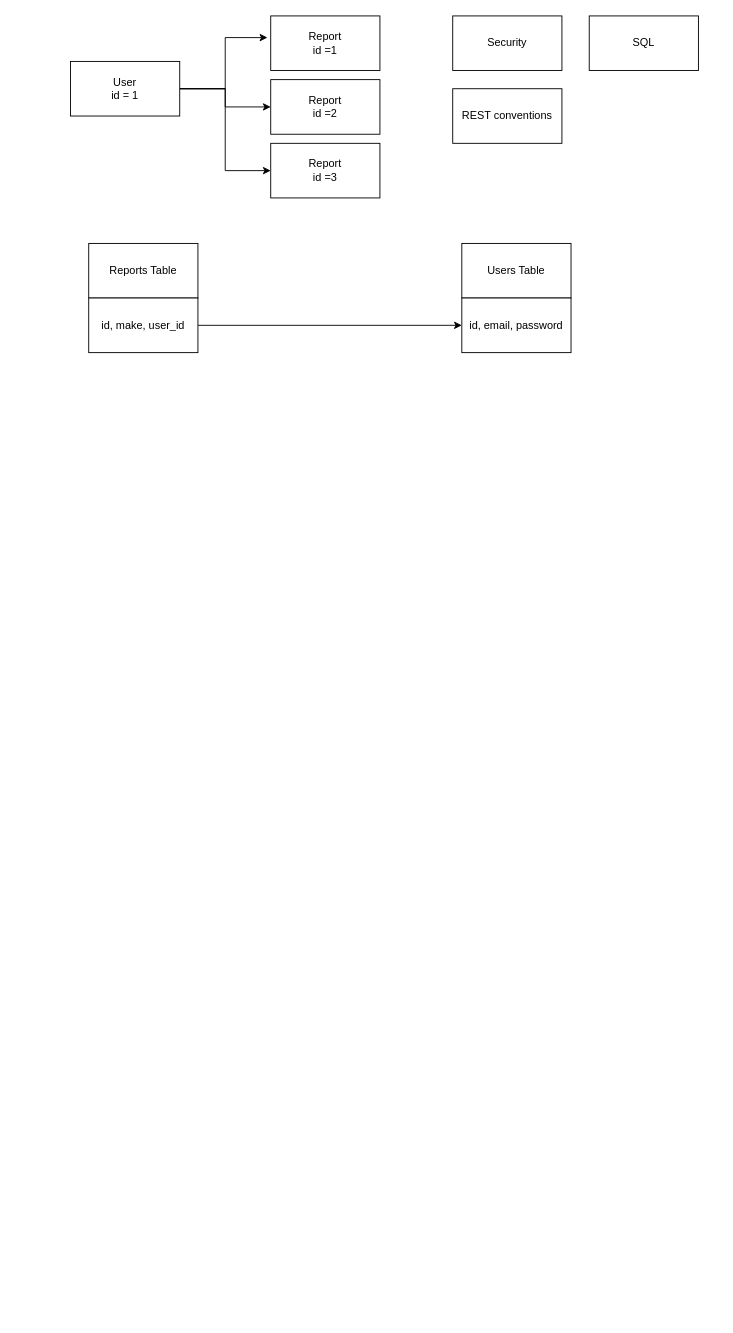
The draw.io diagram Associate a user with the reports they create.drawio in jivebreaddev/used_car_nest_rest_api, before the edit. Source tidied: cells renumbered, new cells numbered last; positions are measured from the earlier drawing's top-left corner, leaving out a move shared by most shapes. Both pictures are drawn from the tidied source at 91%, with x=0, y=0 at pixel (70, 15).
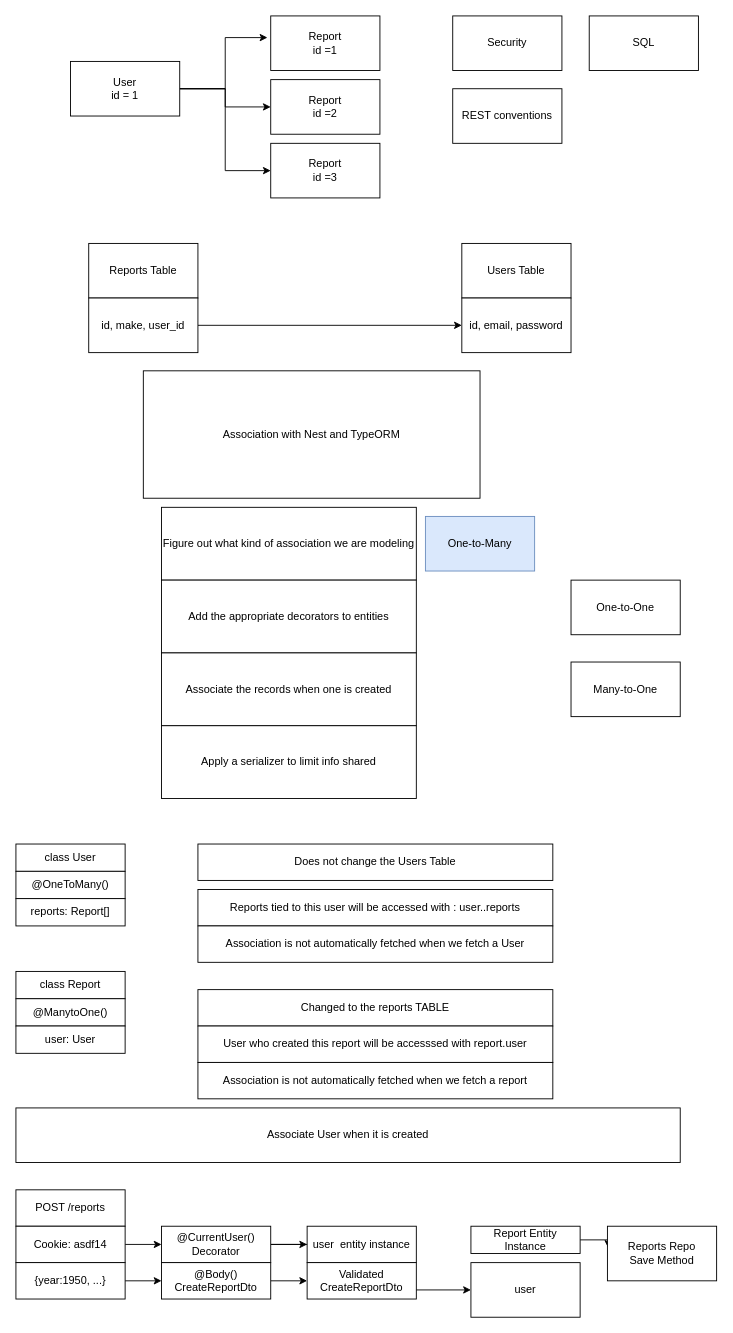
The same diagram, later.

Change to the diagram source:
```diff
@@
+    <mxCell id="17" value="Association with Nest and TypeORM" style="rounded=0;whiteSpace=wrap;html=1;" parent="1" vertex="1">
+      <mxGeometry x="80" y="390" width="370" height="140" as="geometry" />
+    </mxCell>
+    <mxCell id="18" value="Figure out what kind of association we are modeling" style="rounded=0;whiteSpace=wrap;html=1;" parent="1" vertex="1">
+      <mxGeometry x="100" y="540" width="280" height="80" as="geometry" />
+    </mxCell>
+    <mxCell id="19" value="Add the appropriate decorators to entities" style="rounded=0;whiteSpace=wrap;html=1;" parent="1" vertex="1">
+      <mxGeometry x="100" y="620" width="280" height="80" as="geometry" />
+    </mxCell>
+    <mxCell id="20" value="Associate the records when one is created" style="rounded=0;whiteSpace=wrap;html=1;" parent="1" vertex="1">
+      <mxGeometry x="100" y="700" width="280" height="80" as="geometry" />
+    </mxCell>
+    <mxCell id="21" value="Apply a serializer to limit info shared" style="rounded=0;whiteSpace=wrap;html=1;" parent="1" vertex="1">
+      <mxGeometry x="100" y="780" width="280" height="80" as="geometry" />
+    </mxCell>
+    <mxCell id="22" value="One-to-One" style="rounded=0;whiteSpace=wrap;html=1;" parent="1" vertex="1">
+      <mxGeometry x="550" y="620" width="120" height="60" as="geometry" />
+    </mxCell>
+    <mxCell id="23" value="One-to-Many" style="rounded=0;whiteSpace=wrap;html=1;fillColor=#dae8fc;strokeColor=#6c8ebf;" parent="1" vertex="1">
+      <mxGeometry x="390" y="550" width="120" height="60" as="geometry" />
+    </mxCell>
+    <mxCell id="24" value="Many-to-One" style="rounded=0;whiteSpace=wrap;html=1;" parent="1" vertex="1">
+      <mxGeometry x="550" y="710" width="120" height="60" as="geometry" />
+    </mxCell>
+    <mxCell id="25" value="class User" style="rounded=0;whiteSpace=wrap;html=1;" parent="1" vertex="1">
+      <mxGeometry x="-60" y="910" width="120" height="30" as="geometry" />
+    </mxCell>
+    <mxCell id="26" value="@OneToMany()" style="rounded=0;whiteSpace=wrap;html=1;" parent="1" vertex="1">
+      <mxGeometry x="-60" y="940" width="120" height="30" as="geometry" />
+    </mxCell>
+    <mxCell id="27" value="reports: Report[]" style="rounded=0;whiteSpace=wrap;html=1;" parent="1" vertex="1">
+      <mxGeometry x="-60" y="970" width="120" height="30" as="geometry" />
+    </mxCell>
+    <mxCell id="28" value="class Report" style="rounded=0;whiteSpace=wrap;html=1;" parent="1" vertex="1">
+      <mxGeometry x="-60" y="1050" width="120" height="30" as="geometry" />
+    </mxCell>
+    <mxCell id="29" value="@ManytoOne()" style="rounded=0;whiteSpace=wrap;html=1;" parent="1" vertex="1">
+      <mxGeometry x="-60" y="1080" width="120" height="30" as="geometry" />
+    </mxCell>
+    <mxCell id="30" value="user: User" style="rounded=0;whiteSpace=wrap;html=1;" parent="1" vertex="1">
+      <mxGeometry x="-60" y="1110" width="120" height="30" as="geometry" />
+    </mxCell>
+    <mxCell id="31" value="Does not change the Users Table" style="rounded=0;whiteSpace=wrap;html=1;" parent="1" vertex="1">
+      <mxGeometry x="140" y="910" width="390" height="40" as="geometry" />
+    </mxCell>
+    <mxCell id="32" value="Reports tied to this user will be accessed with : user..reports" style="rounded=0;whiteSpace=wrap;html=1;" parent="1" vertex="1">
+      <mxGeometry x="140" y="960" width="390" height="40" as="geometry" />
+    </mxCell>
+    <mxCell id="33" value="Changed to the reports TABLE" style="rounded=0;whiteSpace=wrap;html=1;" parent="1" vertex="1">
+      <mxGeometry x="140" y="1070" width="390" height="40" as="geometry" />
+    </mxCell>
+    <mxCell id="34" value="User who created this report will be accesssed with report.user" style="rounded=0;whiteSpace=wrap;html=1;" parent="1" vertex="1">
+      <mxGeometry x="140" y="1110" width="390" height="40" as="geometry" />
+    </mxCell>
+    <mxCell id="35" value="Association is not automatically fetched when we fetch a report" style="rounded=0;whiteSpace=wrap;html=1;" parent="1" vertex="1">
+      <mxGeometry x="140" y="1150" width="390" height="40" as="geometry" />
+    </mxCell>
+    <mxCell id="36" value="Association is not automatically fetched when we fetch a User" style="rounded=0;whiteSpace=wrap;html=1;" parent="1" vertex="1">
+      <mxGeometry x="140" y="1000" width="390" height="40" as="geometry" />
+    </mxCell>
+    <mxCell id="37" value="Associate User when it is created" style="rounded=0;whiteSpace=wrap;html=1;" parent="1" vertex="1">
+      <mxGeometry x="-60" y="1200" width="730" height="60" as="geometry" />
+    </mxCell>
+    <mxCell id="38" value="POST /reports" style="rounded=0;whiteSpace=wrap;html=1;" parent="1" vertex="1">
+      <mxGeometry x="-60" y="1290" width="120" height="40" as="geometry" />
+    </mxCell>
+    <mxCell id="39" style="edgeStyle=orthogonalEdgeStyle;rounded=0;jettySize=auto;html=1;exitX=1;exitY=0.5;exitDx=0;exitDy=0;entryX=0;entryY=0.5;entryDx=0;entryDy=0;" parent="1" edge="1" source="40" target="45">
+      <mxGeometry relative="1" as="geometry" />
+    </mxCell>
+    <mxCell id="40" value="Cookie: asdf14" style="rounded=0;whiteSpace=wrap;html=1;" parent="1" vertex="1">
+      <mxGeometry x="-60" y="1330" width="120" height="40" as="geometry" />
+    </mxCell>
+    <mxCell id="41" style="edgeStyle=orthogonalEdgeStyle;rounded=0;jettySize=auto;html=1;exitX=1;exitY=0.5;exitDx=0;exitDy=0;entryX=0;entryY=0.5;entryDx=0;entryDy=0;" parent="1" edge="1" source="42" target="47">
+      <mxGeometry relative="1" as="geometry" />
+    </mxCell>
+    <mxCell id="42" value="{year:1950, ...}" style="rounded=0;whiteSpace=wrap;html=1;" parent="1" vertex="1">
+      <mxGeometry x="-60" y="1370" width="120" height="40" as="geometry" />
+    </mxCell>
+    <mxCell id="43" style="edgeStyle=orthogonalEdgeStyle;rounded=0;jettySize=auto;html=1;exitX=1;exitY=0.5;exitDx=0;exitDy=0;entryX=0;entryY=0.5;entryDx=0;entryDy=0;" parent="1" edge="1" source="45" target="48">
+      <mxGeometry relative="1" as="geometry" />
+    </mxCell>
+    <mxCell id="44" style="edgeStyle=orthogonalEdgeStyle;rounded=0;jettySize=auto;html=1;exitX=1;exitY=0.5;exitDx=0;exitDy=0;" parent="1" edge="1" source="45" target="52">
+      <mxGeometry relative="1" as="geometry" />
+    </mxCell>
+    <mxCell id="45" value="@CurrentUser()&lt;br&gt;Decorator" style="rounded=0;whiteSpace=wrap;html=1;" parent="1" vertex="1">
+      <mxGeometry x="100" y="1330" width="120" height="40" as="geometry" />
+    </mxCell>
+    <mxCell id="46" style="edgeStyle=orthogonalEdgeStyle;rounded=0;jettySize=auto;html=1;exitX=1;exitY=0.5;exitDx=0;exitDy=0;entryX=0;entryY=0.5;entryDx=0;entryDy=0;" parent="1" edge="1" source="47" target="49">
+      <mxGeometry relative="1" as="geometry" />
+    </mxCell>
+    <mxCell id="47" value="@Body()&lt;br&gt;CreateReportDto" style="rounded=0;whiteSpace=wrap;html=1;" parent="1" vertex="1">
+      <mxGeometry x="100" y="1370" width="120" height="40" as="geometry" />
+    </mxCell>
+    <mxCell id="48" value="user&amp;nbsp; entity instance" style="rounded=0;whiteSpace=wrap;html=1;" parent="1" vertex="1">
+      <mxGeometry x="260" y="1330" width="120" height="40" as="geometry" />
+    </mxCell>
+    <mxCell id="49" value="Validated CreateReportDto" style="rounded=0;whiteSpace=wrap;html=1;" parent="1" vertex="1">
+      <mxGeometry x="260" y="1370" width="120" height="40" as="geometry" />
+    </mxCell>
+    <mxCell id="50" style="edgeStyle=orthogonalEdgeStyle;rounded=0;jettySize=auto;html=1;exitX=1;exitY=0.5;exitDx=0;exitDy=0;entryX=0.007;entryY=0.397;entryDx=0;entryDy=0;entryPerimeter=0;" parent="1" edge="1" source="51" target="53">
+      <mxGeometry relative="1" as="geometry" />
+    </mxCell>
+    <mxCell id="51" value="Report Entity Instance" style="rounded=0;whiteSpace=wrap;html=1;" parent="1" vertex="1">
+      <mxGeometry x="440" y="1330" width="120" height="30" as="geometry" />
+    </mxCell>
+    <mxCell id="52" value="user&lt;br&gt;" style="rounded=0;whiteSpace=wrap;html=1;" parent="1" vertex="1">
+      <mxGeometry x="440" y="1370" width="120" height="60" as="geometry" />
+    </mxCell>
+    <mxCell id="53" value="Reports Repo&lt;br&gt;Save Method" style="rounded=0;whiteSpace=wrap;html=1;" parent="1" vertex="1">
+      <mxGeometry x="590" y="1330" width="120" height="60" as="geometry" />
+    </mxCell>
```
